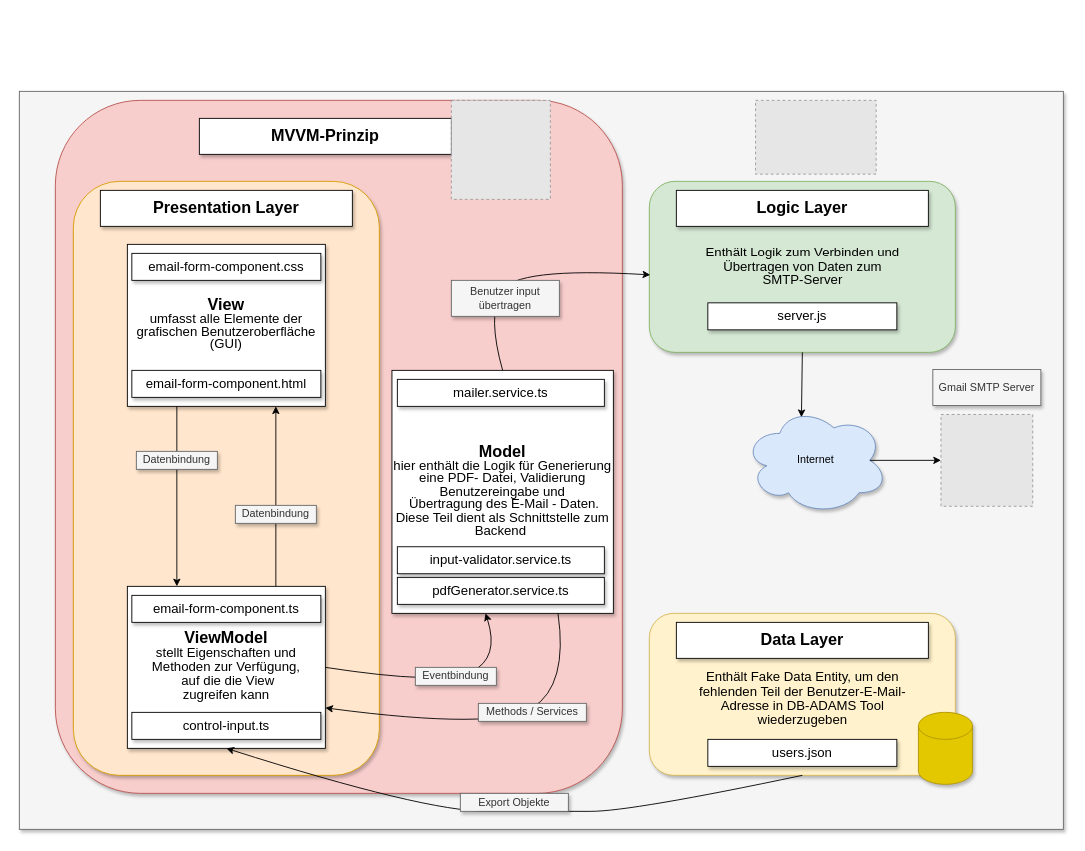
Before: Aufbau der Erweiterung.drawio in gitfarah/Schule-Website-Projekt, a draw.io diagram. Source tidied: cells renumbered, new cells numbered last; positions are measured from the earlier drawing's top-left corner, leaving out a move shared by most shapes. Both pictures are drawn from the tidied source at 90%, with x=0, y=0 at pixel (19, 91). Pictures stored in the file or linked from it are replaced by grey dashed boxes.
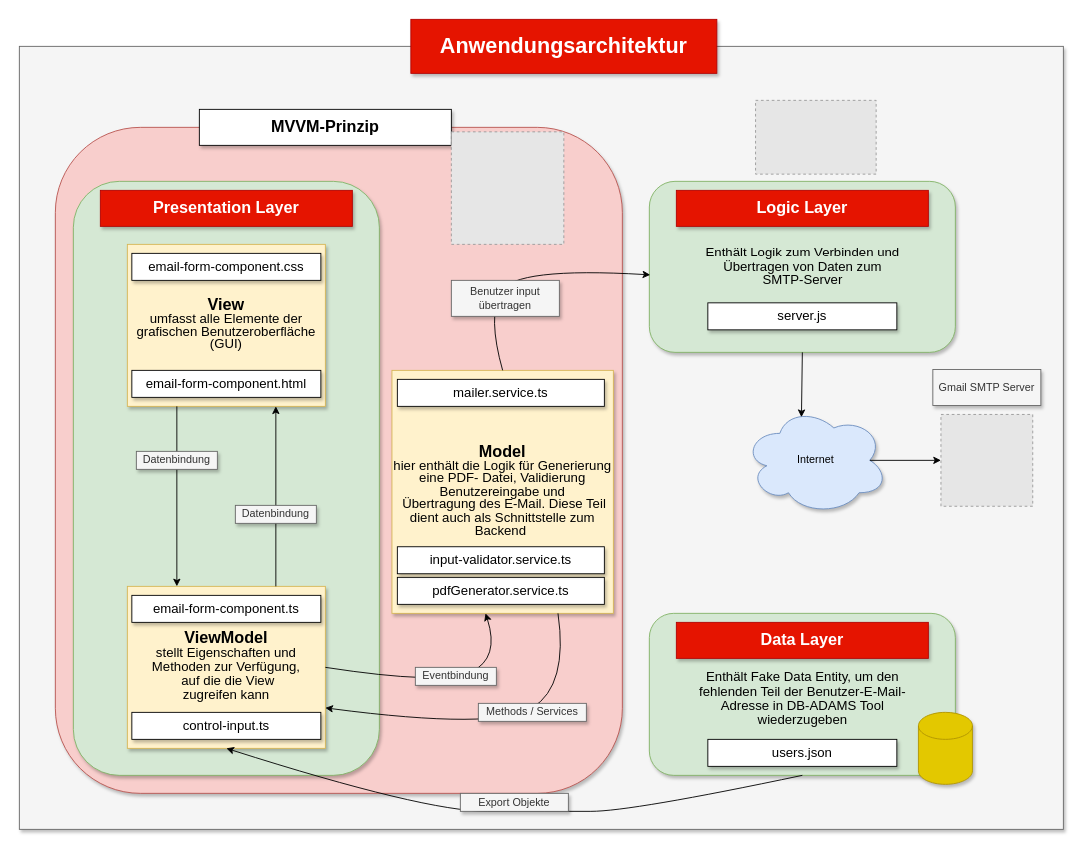
After the change.

Diff of the diagram source:
```diff
@@
     <mxCell id="2" style="rounded=0;whiteSpace=wrap;html=1;shadow=1;glass=0;sketch=0;fillColor=#f5f5f5;strokeColor=#666666;fontColor=#333333;" parent="1" vertex="1">
-      <mxGeometry width="1160" height="820" as="geometry" />
+      <mxGeometry y="-50" width="1160" height="870" as="geometry" />
     </mxCell>
     <mxCell id="3" style="rounded=1;whiteSpace=wrap;html=1;shadow=1;glass=0;sketch=0;fillColor=#f8cecc;strokeColor=#b85450;" parent="1" vertex="1">
-      <mxGeometry x="40" y="10" width="630" height="770" as="geometry" />
+      <mxGeometry x="40" y="40" width="630" height="740" as="geometry" />
     </mxCell>
-    <mxCell id="4" style="rounded=1;whiteSpace=wrap;html=1;glass=0;sketch=0;shadow=1;fillColor=#ffe6cc;strokeColor=#d79b00;" parent="1" vertex="1">
+    <mxCell id="4" style="rounded=1;whiteSpace=wrap;html=1;glass=0;sketch=0;shadow=1;fillColor=#d5e8d4;strokeColor=#82b366;" parent="1" vertex="1">
       <mxGeometry x="60" y="100" width="340" height="660" as="geometry" />
     </mxCell>
-    <mxCell id="5" value="&lt;font style=&quot;font-size: 18px&quot;&gt;&lt;b&gt;Presentation Layer&lt;/b&gt;&lt;/font&gt;" style="rounded=0;whiteSpace=wrap;html=1;shadow=1;glass=0;sketch=0;" parent="1" vertex="1">
+    <mxCell id="5" value="&lt;font style=&quot;font-size: 18px&quot;&gt;&lt;b&gt;Presentation Layer&lt;/b&gt;&lt;/font&gt;" style="rounded=0;whiteSpace=wrap;html=1;shadow=1;glass=0;sketch=0;fillColor=#e51400;strokeColor=#B20000;fontColor=#ffffff;" parent="1" vertex="1">
       <mxGeometry x="90" y="110" width="280" height="40" as="geometry" />
     </mxCell>
-    <mxCell id="6" value="&lt;span style=&quot;line-height: 107% ; font-family: &amp;#34;arial&amp;#34; , sans-serif&quot;&gt;&lt;b&gt;&lt;font style=&quot;font-size: 18px&quot;&gt;View&lt;/font&gt;&lt;/b&gt;&lt;br&gt;&lt;span style=&quot;font-size: 11pt&quot;&gt;umfasst alle Elemente der grafischen Benutzeroberfläche (GUI)&lt;/span&gt;&lt;/span&gt;" style="rounded=0;whiteSpace=wrap;html=1;shadow=1;glass=0;sketch=0;" parent="1" vertex="1">
+    <mxCell id="6" value="&lt;span style=&quot;line-height: 107% ; font-family: &amp;#34;arial&amp;#34; , sans-serif&quot;&gt;&lt;b&gt;&lt;font style=&quot;font-size: 18px&quot;&gt;View&lt;/font&gt;&lt;/b&gt;&lt;br&gt;&lt;span style=&quot;font-size: 11pt&quot;&gt;umfasst alle Elemente der grafischen Benutzeroberfläche (GUI)&lt;/span&gt;&lt;/span&gt;" style="rounded=0;whiteSpace=wrap;html=1;shadow=1;glass=0;sketch=0;fillColor=#fff2cc;strokeColor=#d6b656;" parent="1" vertex="1">
       <mxGeometry x="120" y="170" width="220" height="180" as="geometry" />
     </mxCell>
@@
-    <mxCell id="9" value="&lt;span style=&quot;line-height: 107% ; font-family: &amp;#34;arial&amp;#34; , sans-serif&quot;&gt;&lt;b&gt;&lt;font style=&quot;font-size: 18px&quot;&gt;ViewModel&lt;/font&gt;&lt;/b&gt;&lt;br&gt;&lt;span style=&quot;font-size: 11.0pt ; line-height: 107% ; font-family: &amp;#34;arial&amp;#34; , sans-serif&quot;&gt;stellt Eigenschaften und Methoden zur Verfügung,&lt;br&gt;&amp;nbsp;auf die die View &lt;br&gt;zugreifen kann&lt;/span&gt;&lt;br&gt;&lt;/span&gt;" style="rounded=0;whiteSpace=wrap;html=1;shadow=1;glass=0;sketch=0;" parent="1" vertex="1">
+    <mxCell id="9" value="&lt;span style=&quot;line-height: 107% ; font-family: &amp;#34;arial&amp;#34; , sans-serif&quot;&gt;&lt;b&gt;&lt;font style=&quot;font-size: 18px&quot;&gt;ViewModel&lt;/font&gt;&lt;/b&gt;&lt;br&gt;&lt;span style=&quot;font-size: 11.0pt ; line-height: 107% ; font-family: &amp;#34;arial&amp;#34; , sans-serif&quot;&gt;stellt Eigenschaften und Methoden zur Verfügung,&lt;br&gt;&amp;nbsp;auf die die View &lt;br&gt;zugreifen kann&lt;/span&gt;&lt;br&gt;&lt;/span&gt;" style="rounded=0;whiteSpace=wrap;html=1;shadow=1;glass=0;sketch=0;fillColor=#fff2cc;strokeColor=#d6b656;" parent="1" vertex="1">
       <mxGeometry x="120" y="550" width="220" height="180" as="geometry" />
     </mxCell>
@@
-    <mxCell id="17" value="&lt;span style=&quot;font-size: 18px&quot;&gt;&lt;b&gt;Logic Layer&lt;/b&gt;&lt;/span&gt;" style="rounded=0;whiteSpace=wrap;html=1;shadow=1;glass=0;sketch=0;" parent="1" vertex="1">
+    <mxCell id="17" value="&lt;span style=&quot;font-size: 18px&quot;&gt;&lt;b&gt;Logic Layer&lt;/b&gt;&lt;/span&gt;" style="rounded=0;whiteSpace=wrap;html=1;shadow=1;glass=0;sketch=0;fillColor=#e51400;strokeColor=#B20000;fontColor=#ffffff;" parent="1" vertex="1">
       <mxGeometry x="730" y="110" width="280" height="40" as="geometry" />
     </mxCell>
-    <mxCell id="18" value="&lt;span style=&quot;line-height: 107%&quot;&gt;&lt;span style=&quot;font-family: &amp;#34;arial&amp;#34; , sans-serif ; font-size: 18px&quot;&gt;&lt;b&gt;Model&lt;br&gt;&lt;/b&gt;&lt;/span&gt;&lt;span style=&quot;line-height: 107%&quot;&gt;&lt;font face=&quot;arial, sans-serif&quot;&gt;&lt;span style=&quot;font-size: 11pt&quot;&gt;hier enthält die Logik für Generierung eine PDF- Datei,&amp;nbsp;&lt;/span&gt;&lt;span style=&quot;font-size: 14.6667px&quot;&gt;Validierung Benutzereingabe und&lt;/span&gt;&lt;/font&gt;&lt;br&gt;&lt;font face=&quot;arial, sans-serif&quot;&gt;&lt;span style=&quot;font-size: 11pt&quot;&gt;&amp;nbsp;Übertragung des E-Mail - Daten. Diese Teil dient als&amp;nbsp;Schnittstelle zum Backend&amp;nbsp;&lt;/span&gt;&lt;/font&gt;&lt;/span&gt;&lt;br&gt;&lt;/span&gt;" style="rounded=0;whiteSpace=wrap;html=1;shadow=1;glass=0;sketch=0;" parent="1" vertex="1">
+    <mxCell id="18" value="&lt;span style=&quot;line-height: 107%&quot;&gt;&lt;span style=&quot;font-family: &amp;#34;arial&amp;#34; , sans-serif ; font-size: 18px&quot;&gt;&lt;b&gt;Model&lt;br&gt;&lt;/b&gt;&lt;/span&gt;&lt;span style=&quot;line-height: 107%&quot;&gt;&lt;font face=&quot;arial, sans-serif&quot;&gt;&lt;span style=&quot;font-size: 11pt&quot;&gt;hier enthält die Logik für Generierung eine PDF- Datei,&amp;nbsp;&lt;/span&gt;&lt;span style=&quot;font-size: 14.6667px&quot;&gt;Validierung Benutzereingabe und&lt;/span&gt;&lt;/font&gt;&lt;br&gt;&lt;font face=&quot;arial, sans-serif&quot;&gt;&lt;span style=&quot;font-size: 11pt&quot;&gt;&amp;nbsp;Übertragung des E-Mail. Diese Teil dient auch als&amp;nbsp;Schnittstelle zum Backend&amp;nbsp;&lt;/span&gt;&lt;/font&gt;&lt;/span&gt;&lt;br&gt;&lt;/span&gt;" style="rounded=0;whiteSpace=wrap;html=1;shadow=1;glass=0;sketch=0;fillColor=#fff2cc;strokeColor=#d6b656;" parent="1" vertex="1">
       <mxGeometry x="414" y="310" width="246" height="270" as="geometry" />
     </mxCell>
@@
-    <mxCell id="22" style="rounded=1;whiteSpace=wrap;html=1;glass=0;sketch=0;shadow=1;fillColor=#fff2cc;strokeColor=#d6b656;" parent="1" vertex="1">
+    <mxCell id="22" style="rounded=1;whiteSpace=wrap;html=1;glass=0;sketch=0;shadow=1;fillColor=#d5e8d4;strokeColor=#82b366;" parent="1" vertex="1">
       <mxGeometry x="700" y="580" width="340" height="180" as="geometry" />
     </mxCell>
-    <mxCell id="23" value="&lt;span style=&quot;font-size: 18px&quot;&gt;&lt;b&gt;Data Layer&lt;/b&gt;&lt;/span&gt;" style="rounded=0;whiteSpace=wrap;html=1;shadow=1;glass=0;sketch=0;" parent="1" vertex="1">
+    <mxCell id="23" value="&lt;span style=&quot;font-size: 18px&quot;&gt;&lt;b&gt;Data Layer&lt;/b&gt;&lt;/span&gt;" style="rounded=0;whiteSpace=wrap;html=1;shadow=1;glass=0;sketch=0;fillColor=#e51400;strokeColor=#B20000;fontColor=#ffffff;" parent="1" vertex="1">
       <mxGeometry x="730" y="590" width="280" height="40" as="geometry" />
     </mxCell>
@@
     <mxCell id="42" value="&lt;font style=&quot;font-size: 18px&quot;&gt;&lt;b&gt;MVVM-Prinzip&lt;/b&gt;&lt;/font&gt;" style="rounded=0;whiteSpace=wrap;html=1;shadow=1;glass=0;sketch=0;" parent="1" vertex="1">
-      <mxGeometry x="200" y="30" width="280" height="40" as="geometry" />
+      <mxGeometry x="200" y="20" width="280" height="40" as="geometry" />
     </mxCell>
     <mxCell id="43" style="fillColor=#E6E6E6;strokeColor=#999999;dashed=1;verticalLabelPosition=bottom;labelBackgroundColor=#ffffff;verticalAlign=top;" parent="1" vertex="1">
-      <mxGeometry x="480" y="10" width="110" height="110" as="geometry" />
+      <mxGeometry x="480" y="45" width="125" height="125" as="geometry" />
     </mxCell>
@@
+    <mxCell id="45" value="&lt;b&gt;&lt;font style=&quot;font-size: 24px&quot;&gt;Anwendungsarchitektur&lt;/font&gt;&lt;/b&gt;" style="rounded=0;whiteSpace=wrap;html=1;shadow=1;glass=0;sketch=0;fillColor=#e51400;strokeColor=#B20000;fontColor=#ffffff;" parent="1" vertex="1">
+      <mxGeometry x="435" y="-80" width="340" height="60" as="geometry" />
+    </mxCell>
```
